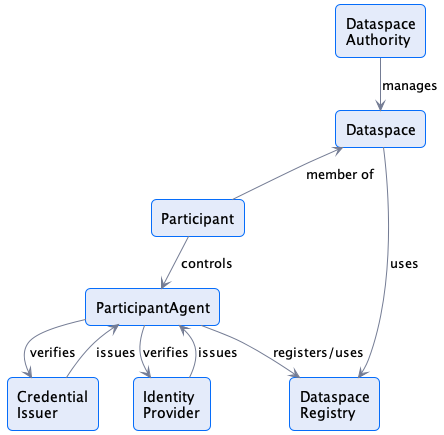
International-Data-Spaces-Association/ids-specification keeps this PlantUML diagram as model/m.dataspace.relationships.png. Above is the earlier version. Source of this version:
```plantuml
@startuml
!pragma layout smetana

!include ../../diagrams/diagram.styles.puml


agent Participant
agent ParticipantAgent
agent CI as "Credential\nIssuer"
agent IDP as "Identity\nProvider"
agent Dataspace
agent DataspaceAuthority as "Dataspace\nAuthority"
agent Registry as "Dataspace\nRegistry"

DataspaceAuthority -down-> Dataspace  : manages

Dataspace -down-> Registry: uses

Participant -up-> Dataspace : member of
Participant -down-> ParticipantAgent : controls

ParticipantAgent --> Registry : registers/uses

IDP --> ParticipantAgent : issues
ParticipantAgent --> IDP : verifies

CI --> ParticipantAgent : issues
ParticipantAgent --> CI : verifies




@enduml
```
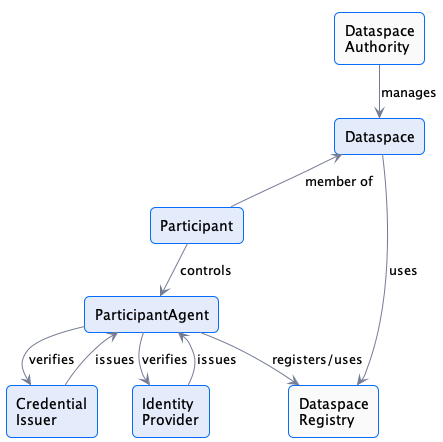
The same file after the commit.

Change to the diagram source:
```diff
@@ -1,7 +1,7 @@
 @startuml
 !pragma layout smetana
 
-!include ../../diagrams/diagram.styles.puml
+!include ../common/style/diagram.styles.puml
 
 
 agent Participant
@@ -9,8 +9,8 @@
 agent CI as "Credential\nIssuer"
 agent IDP as "Identity\nProvider"
 agent Dataspace
-agent DataspaceAuthority as "Dataspace\nAuthority"
-agent Registry as "Dataspace\nRegistry"
+agent DataspaceAuthority as "Dataspace\nAuthority" #FAFAFA
+agent Registry as "Dataspace\nRegistry" #FAFAFA
 
 DataspaceAuthority -down-> Dataspace  : manages
 
```
